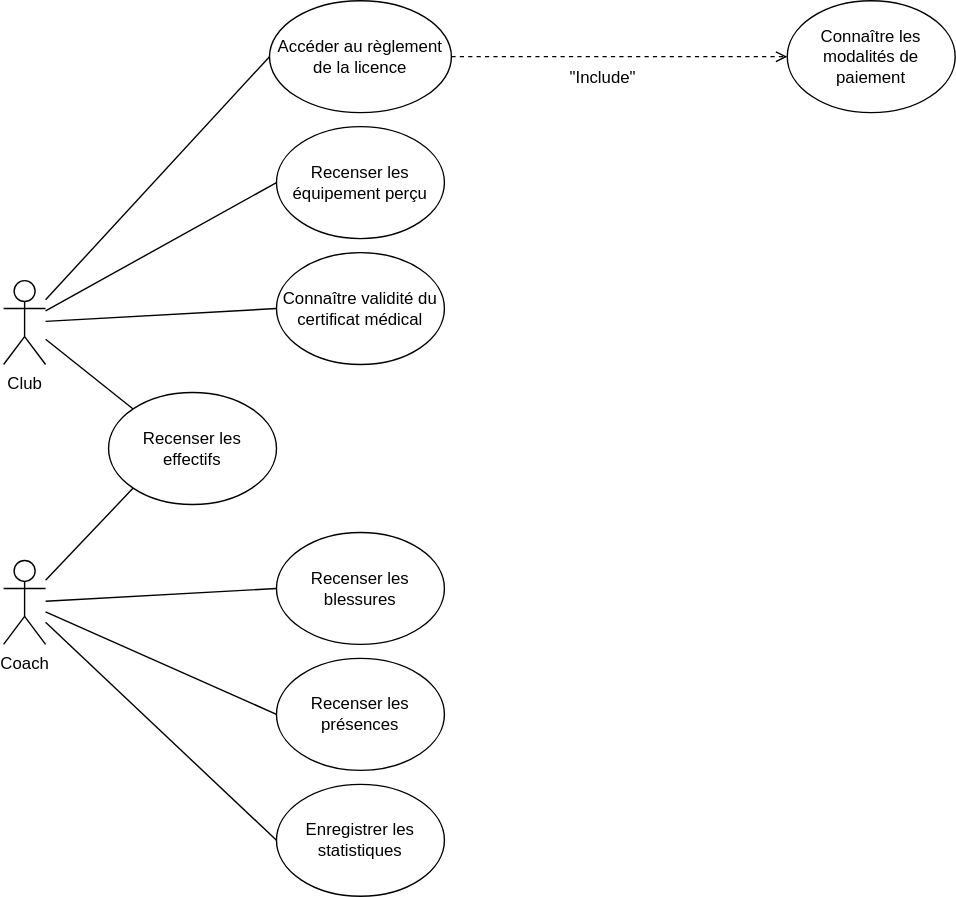
The draw.io diagram UML/Diagramme_cas d'utilisation.svg in CyberHati/Application_Gestion-d-effectif, before a commit. Source tidied: cells renumbered, new cells last; positions are measured from the earlier drawing's top-left corner, leaving out a move shared by most shapes.
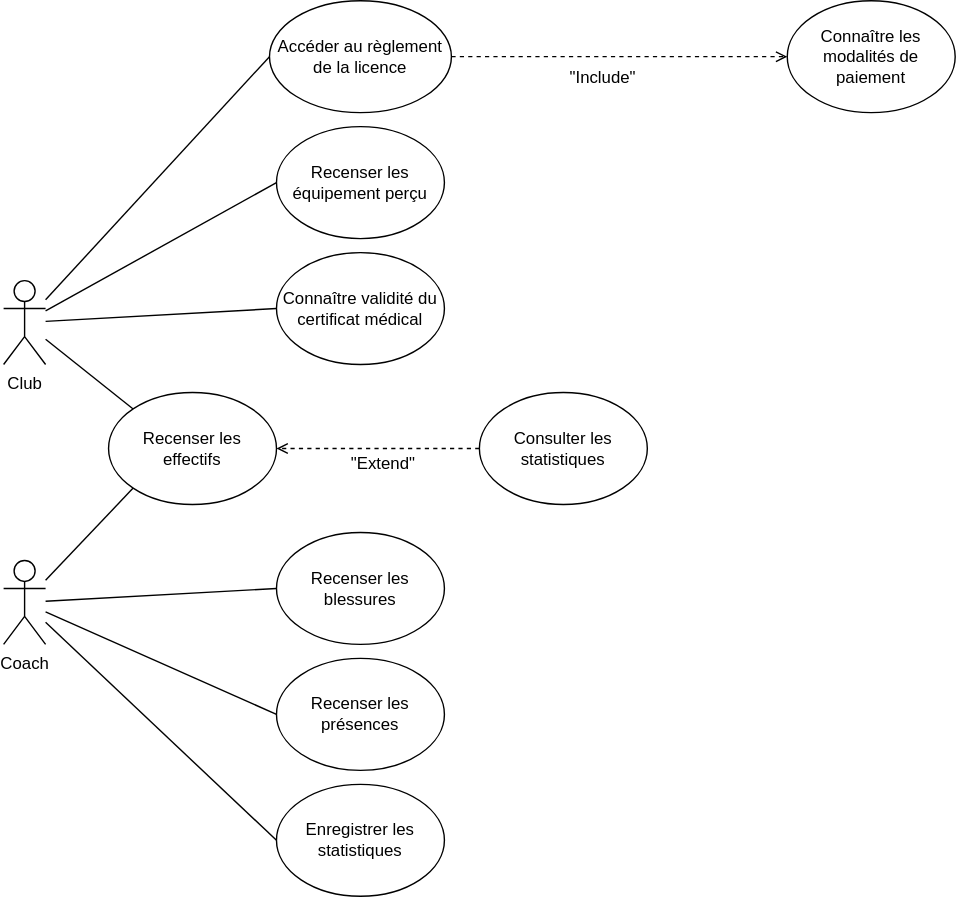
After the commit.

Commit message:
Mettre à jour Diagramme_cas d'utilisation.svg

What changed in the source:
```diff
@@ -64,5 +64,16 @@
     <mxCell id="21" style="endArrow=none;html=1;rounded=0;entryX=0;entryY=0.5;entryDx=0;entryDy=0;" parent="1" edge="1" source="2" target="5">
       <mxGeometry relative="1" as="geometry" />
     </mxCell>
+    <mxCell id="22" value="Consulter les statistiques" style="ellipse;whiteSpace=wrap;html=1;" parent="1" vertex="1">
+      <mxGeometry x="340" y="280" width="120" height="80" as="geometry" />
+    </mxCell>
+    <mxCell id="23" style="endArrow=open;dashed=1;html=1;rounded=0;startArrow=none;startFill=0;exitX=0;exitY=0.5;exitDx=0;exitDy=0;entryX=1;entryY=0.5;entryDx=0;entryDy=0;endFill=0;" parent="1" edge="1" source="22" target="4">
+      <mxGeometry relative="1" as="geometry" />
+    </mxCell>
+    <mxCell id="24" value="&lt;div&gt;&quot;Extend&quot;&lt;/div&gt;" style="edgeLabel;html=1;align=center;verticalAlign=middle;fontSize=12;" parent="23" vertex="1">
+      <mxGeometry x="-0.36" y="-2" relative="1" as="geometry">
+        <mxPoint x="-24" y="12" as="offset" />
+      </mxGeometry>
+    </mxCell>
   </root>
 </mxGraphModel>
```
